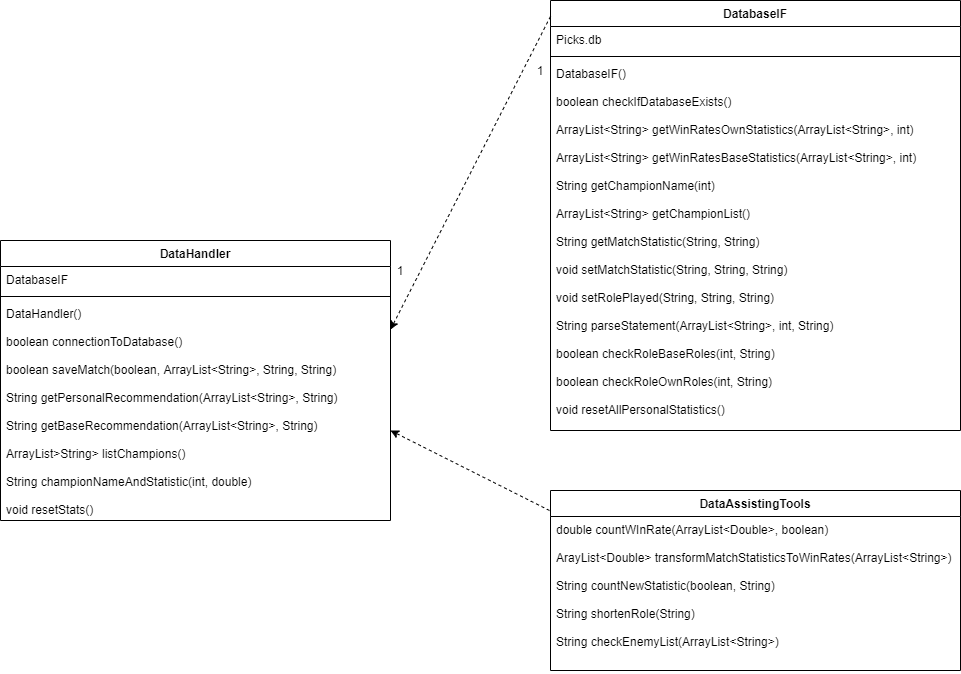
EgoTastic/LeagueCounterPicker keeps this draw.io diagram as Dokumentaatio/Kuvat/kuva2.png. Above is the earlier version. Source tidied: cells renumbered, new cells last; positions are measured from the earlier drawing's top-left corner, leaving out a move shared by most shapes.
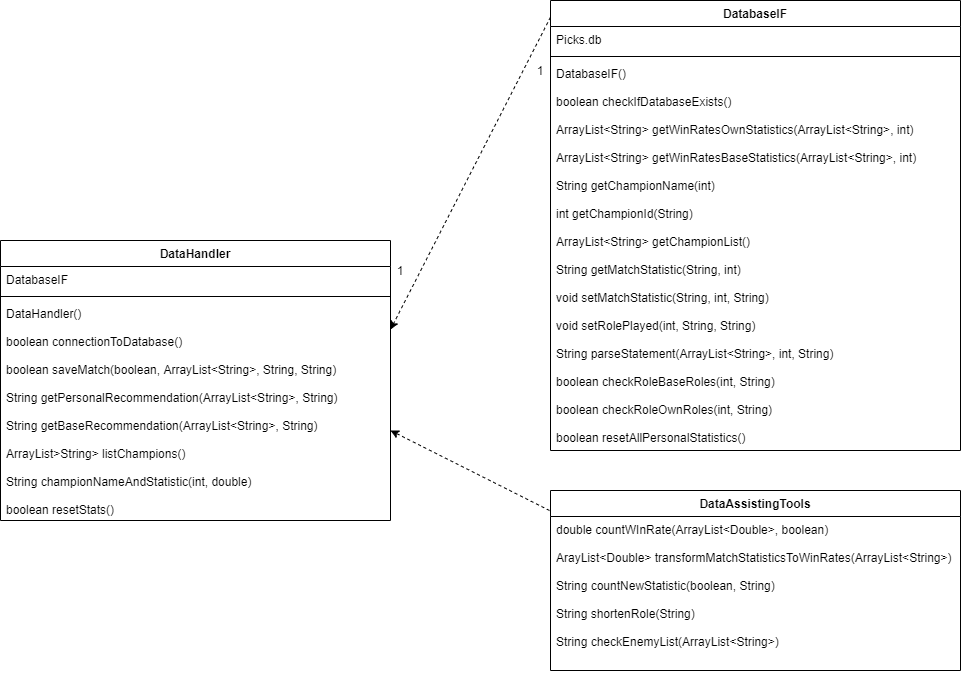
The same diagram one commit later.

The edit, as a diff of the source:
```diff
@@ -11,11 +11,11 @@
     <mxCell id="4" style="line;strokeWidth=1;fillColor=none;align=left;verticalAlign=middle;spacingTop=-1;spacingLeft=3;spacingRight=3;labelPosition=right;" parent="2" vertex="1">
       <mxGeometry y="52" width="390" height="8" as="geometry" />
     </mxCell>
-    <mxCell id="5" value="DataHandler()&#10;&#10;boolean connectionToDatabase()&#10;&#10;boolean saveMatch(boolean, ArrayList&lt;String&gt;, String, String)&#10;&#10;String getPersonalRecommendation(ArrayList&lt;String&gt;, String)&#10;&#10;String getBaseRecommendation(ArrayList&lt;String&gt;, String)&#10;&#10;ArrayList&gt;String&gt; listChampions()&#10;&#10;String championNameAndStatistic(int, double)&#10;&#10;void resetStats()" style="text;strokeColor=none;fillColor=none;align=left;verticalAlign=top;spacingLeft=4;spacingRight=4;overflow=hidden;points=[[0,0.5],[1,0.5]];portConstraint=eastwest;" parent="2" vertex="1">
+    <mxCell id="5" value="DataHandler()&#10;&#10;boolean connectionToDatabase()&#10;&#10;boolean saveMatch(boolean, ArrayList&lt;String&gt;, String, String)&#10;&#10;String getPersonalRecommendation(ArrayList&lt;String&gt;, String)&#10;&#10;String getBaseRecommendation(ArrayList&lt;String&gt;, String)&#10;&#10;ArrayList&gt;String&gt; listChampions()&#10;&#10;String championNameAndStatistic(int, double)&#10;&#10;boolean resetStats()" style="text;strokeColor=none;fillColor=none;align=left;verticalAlign=top;spacingLeft=4;spacingRight=4;overflow=hidden;points=[[0,0.5],[1,0.5]];portConstraint=eastwest;" parent="2" vertex="1">
       <mxGeometry y="60" width="390" height="220" as="geometry" />
     </mxCell>
     <mxCell id="6" value="DatabaseIF" style="swimlane;fontStyle=1;align=center;verticalAlign=top;horizontal=1;startSize=26;" parent="1" vertex="1">
-      <mxGeometry x="550" width="410" height="430" as="geometry" />
+      <mxGeometry x="550" width="410" height="450" as="geometry" />
     </mxCell>
     <mxCell id="7" value="Picks.db" style="text;strokeColor=none;fillColor=none;align=left;verticalAlign=top;spacingLeft=4;spacingRight=4;overflow=hidden;" parent="6" vertex="1">
       <mxGeometry y="26" width="410" height="26" as="geometry" />
@@ -23,8 +23,8 @@
     <mxCell id="8" style="line;strokeWidth=1;fillColor=none;align=left;verticalAlign=middle;spacingTop=-1;spacingLeft=3;spacingRight=3;labelPosition=right;" parent="6" vertex="1">
       <mxGeometry y="52" width="410" height="8" as="geometry" />
     </mxCell>
-    <mxCell id="9" value="DatabaseIF()&#10;&#10;boolean checkIfDatabaseExists()&#10;&#10;ArrayList&lt;String&gt; getWinRatesOwnStatistics(ArrayList&lt;String&gt;, int)&#10;&#10;ArrayList&lt;String&gt; getWinRatesBaseStatistics(ArrayList&lt;String&gt;, int)&#10;&#10;String getChampionName(int)&#10;&#10;ArrayList&lt;String&gt; getChampionList()&#10;&#10;String getMatchStatistic(String, String)&#10;&#10;void setMatchStatistic(String, String, String)&#10;&#10;void setRolePlayed(String, String, String)&#10;&#10;String parseStatement(ArrayList&lt;String&gt;, int, String)&#10;&#10;boolean checkRoleBaseRoles(int, String)&#10;&#10;boolean checkRoleOwnRoles(int, String)&#10;&#10;void resetAllPersonalStatistics()" style="text;strokeColor=none;fillColor=none;align=left;verticalAlign=top;spacingLeft=4;spacingRight=4;overflow=hidden;" parent="6" vertex="1">
-      <mxGeometry y="60" width="410" height="370" as="geometry" />
+    <mxCell id="9" value="DatabaseIF()&#10;&#10;boolean checkIfDatabaseExists()&#10;&#10;ArrayList&lt;String&gt; getWinRatesOwnStatistics(ArrayList&lt;String&gt;, int)&#10;&#10;ArrayList&lt;String&gt; getWinRatesBaseStatistics(ArrayList&lt;String&gt;, int)&#10;&#10;String getChampionName(int)&#10;&#10;int getChampionId(String)&#10;&#10;ArrayList&lt;String&gt; getChampionList()&#10;&#10;String getMatchStatistic(String, int)&#10;&#10;void setMatchStatistic(String, int, String)&#10;&#10;void setRolePlayed(int, String, String)&#10;&#10;String parseStatement(ArrayList&lt;String&gt;, int, String)&#10;&#10;boolean checkRoleBaseRoles(int, String)&#10;&#10;boolean checkRoleOwnRoles(int, String)&#10;&#10;boolean resetAllPersonalStatistics()" style="text;strokeColor=none;fillColor=none;align=left;verticalAlign=top;spacingLeft=4;spacingRight=4;overflow=hidden;" parent="6" vertex="1">
+      <mxGeometry y="60" width="410" height="390" as="geometry" />
     </mxCell>
     <mxCell id="10" value="DataAssistingTools" style="swimlane;fontStyle=1;horizontal=1;startSize=26;fillColor=none;" parent="1" vertex="1">
       <mxGeometry x="550" y="490" width="410" height="180" as="geometry" />
```
